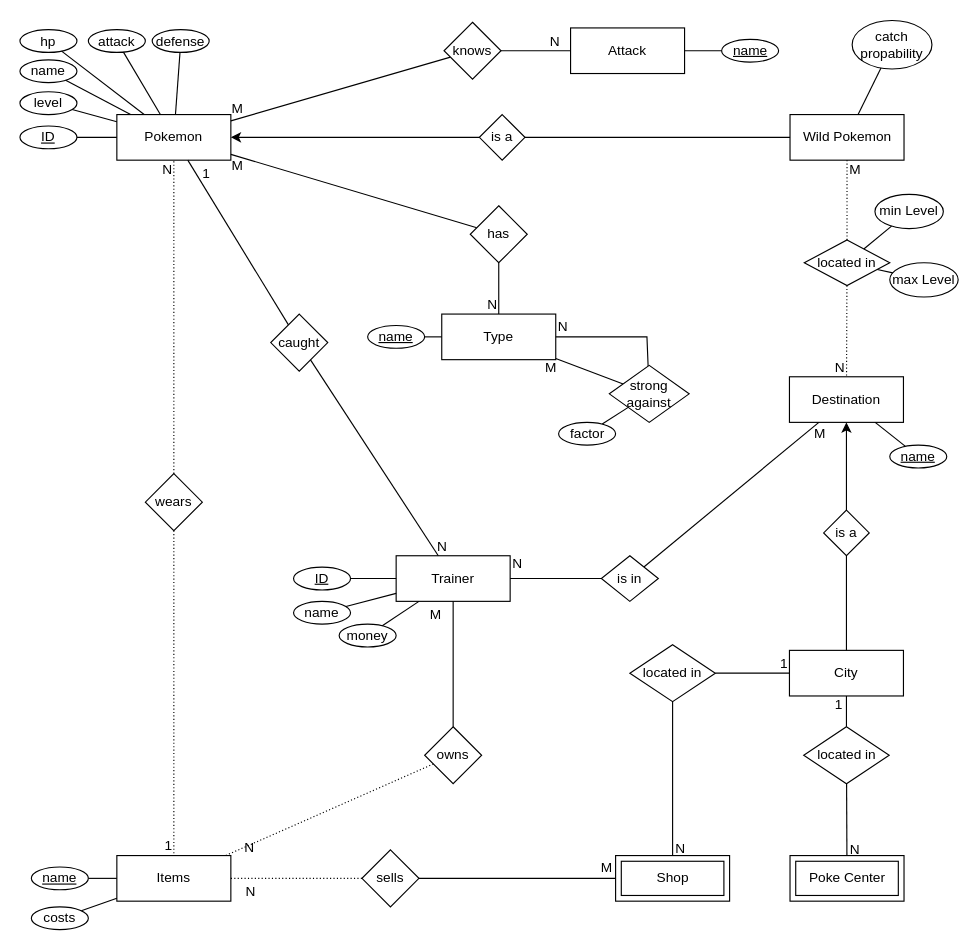
Before: Pokemon Scuffed Gray.drawio in mypictur3esforu/Pokemon-Scuffed-Grey, a draw.io diagram. Source tidied: cells renumbered, new cells numbered last; positions are measured from the earlier drawing's top-left corner, leaving out a move shared by most shapes. Both pictures are drawn from the tidied source at 114%, with x=0, y=0 at pixel (19, 19).
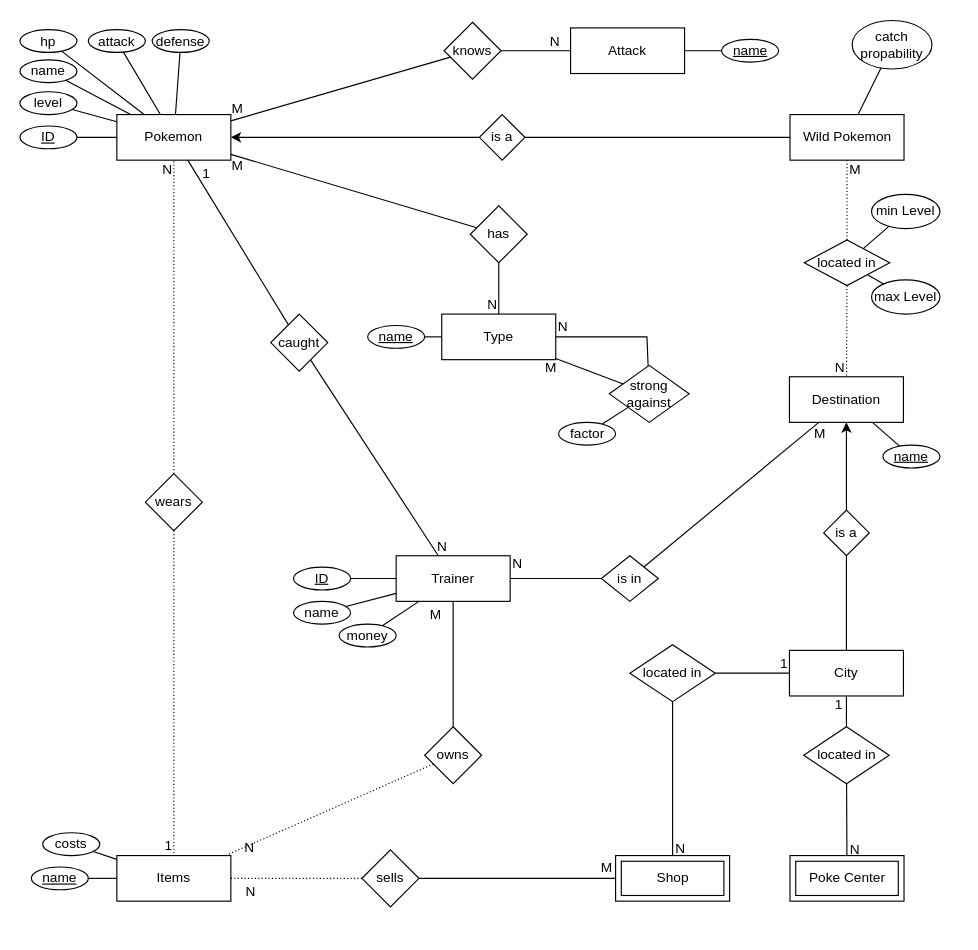
The same page after the edit.

The change refers to these unchanged cells:
```xml
<mxCell id="68" value="located in" style="shape=rhombus;perimeter=rhombusPerimeter;whiteSpace=wrap;html=1;align=center;" parent="1" vertex="1">
  <mxGeometry x="688" y="193" width="75" height="40" as="geometry" />
</mxCell>
```

Diff of the diagram source:
```diff
@@
-    <mxCell id="65" style="edgeStyle=elbowEdgeStyle;shape=arrow;rounded=0;orthogonalLoop=1;jettySize=auto;elbow=vertical;html=1;exitX=1;exitY=1;exitDx=0;exitDy=0;" parent="1" edge="1" source="68" target="68">
-      <mxGeometry relative="1" as="geometry" />
-    </mxCell>
@@
     <mxCell id="87" value="min Level" style="ellipse;whiteSpace=wrap;html=1;align=center;" parent="1" vertex="1">
-      <mxGeometry x="750" y="153" width="60" height="30" as="geometry" />
+      <mxGeometry x="747" y="153" width="60" height="30" as="geometry" />
     </mxCell>
@@
     <mxCell id="103" value="max Level" style="ellipse;whiteSpace=wrap;html=1;align=center;" parent="1" vertex="1">
-      <mxGeometry x="763" y="213" width="60" height="30" as="geometry" />
+      <mxGeometry x="747" y="228" width="60" height="30" as="geometry" />
     </mxCell>
@@
     <mxCell id="108" value="costs" style="ellipse;whiteSpace=wrap;html=1;align=center;" parent="1" vertex="1">
-      <mxGeometry x="10" y="778" width="50" height="20" as="geometry" />
+      <mxGeometry x="20" y="713" width="50" height="20" as="geometry" />
     </mxCell>
@@
     <mxCell id="110" value="name" style="ellipse;whiteSpace=wrap;html=1;align=center;fontStyle=4;" parent="1" vertex="1">
-      <mxGeometry x="763" y="373" width="50" height="20" as="geometry" />
+      <mxGeometry x="757" y="373" width="50" height="20" as="geometry" />
     </mxCell>
```
